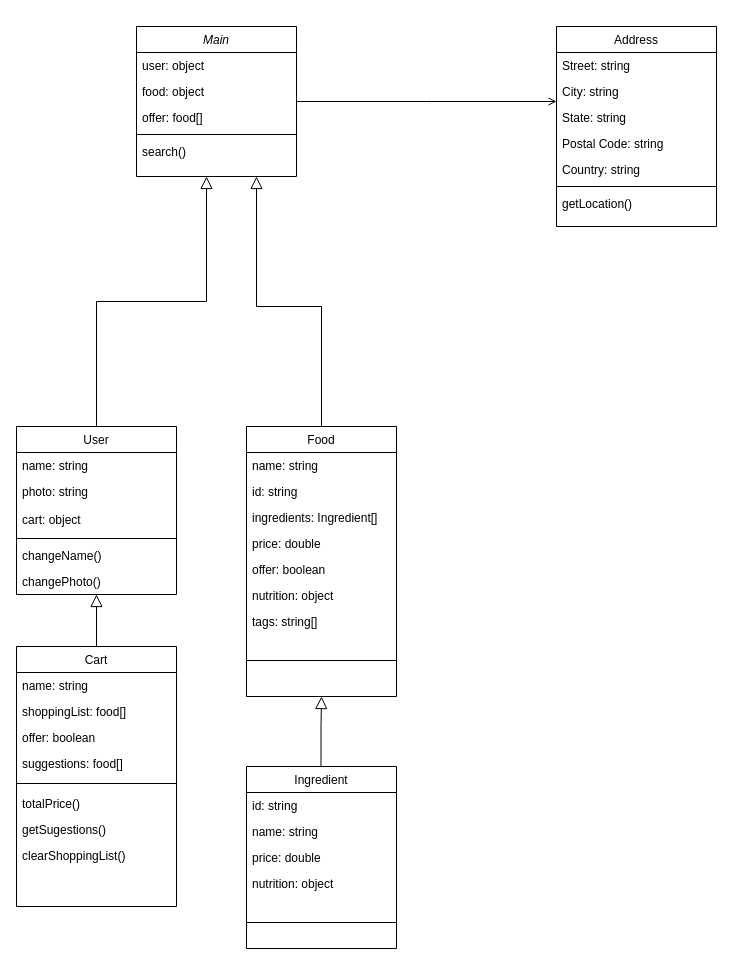
Before: foodee/foodeeUML.drawio in TrezzeIohan/Foodee, a draw.io diagram. Source tidied: cells renumbered, new cells numbered last; positions are measured from the earlier drawing's top-left corner, leaving out a move shared by most shapes. Both pictures are drawn from the tidied source at 100%, with x=0, y=0 at pixel (16, -6).
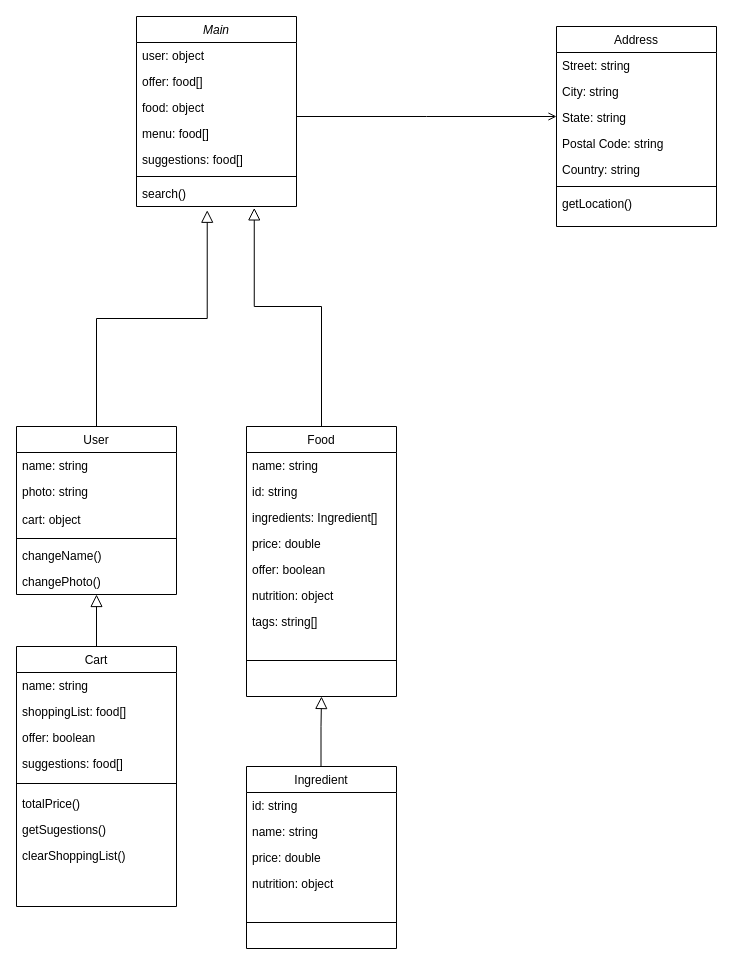
The same page after the edit.

Commit message (it also covers changes not shown here):
Implementing the classes according to the UML made

The change refers to these unchanged cells:
```xml
<mxCell id="8" value="User" style="swimlane;fontStyle=0;align=center;verticalAlign=top;horizontal=1;startSize=26;rounded=0;shadow=0;strokeWidth=1;labelBackgroundColor=none;" parent="1" vertex="1">
  <mxGeometry y="432" width="160" height="168" as="geometry" />
</mxCell>
<mxCell id="16" value="Food" style="swimlane;fontStyle=0;align=center;verticalAlign=top;horizontal=1;startSize=26;rounded=0;shadow=0;strokeWidth=1;labelBackgroundColor=none;" parent="1" vertex="1">
  <mxGeometry x="230" y="432" width="150" height="270" as="geometry" />
</mxCell>
```

Change to the diagram source:
```diff
@@
     <mxCell id="2" value="Main" style="swimlane;fontStyle=2;align=center;verticalAlign=top;horizontal=1;startSize=26;rounded=0;shadow=0;strokeWidth=1;labelBackgroundColor=none;" parent="1" vertex="1">
-      <mxGeometry x="120" y="32" width="160" height="150" as="geometry" />
+      <mxGeometry x="120" y="22" width="160" height="190" as="geometry" />
     </mxCell>
@@
+    <mxCell id="5" value="offer: food[]" style="text;align=left;verticalAlign=top;spacingLeft=4;spacingRight=4;overflow=hidden;rounded=0;shadow=0;html=0;labelBackgroundColor=none;" parent="2" vertex="1">
+      <mxGeometry y="52" width="160" height="26" as="geometry" />
+    </mxCell>
     <mxCell id="4" value="food: object" style="text;align=left;verticalAlign=top;spacingLeft=4;spacingRight=4;overflow=hidden;rounded=0;shadow=0;html=0;labelBackgroundColor=none;" parent="2" vertex="1">
-      <mxGeometry y="52" width="160" height="26" as="geometry" />
+      <mxGeometry y="78" width="160" height="26" as="geometry" />
     </mxCell>
-    <mxCell id="5" value="offer: food[]" style="text;align=left;verticalAlign=top;spacingLeft=4;spacingRight=4;overflow=hidden;rounded=0;shadow=0;html=0;labelBackgroundColor=none;" parent="2" vertex="1">
-      <mxGeometry y="78" width="160" height="26" as="geometry" />
-    </mxCell>
+    <mxCell id="52" value="menu: food[]" style="text;align=left;verticalAlign=top;spacingLeft=4;spacingRight=4;overflow=hidden;rounded=0;shadow=0;html=0;labelBackgroundColor=none;" parent="2" vertex="1">
+      <mxGeometry y="104" width="160" height="26" as="geometry" />
+    </mxCell>
+    <mxCell id="53" value="suggestions: food[]" style="text;align=left;verticalAlign=top;spacingLeft=4;spacingRight=4;overflow=hidden;rounded=0;shadow=0;html=0;labelBackgroundColor=none;" parent="2" vertex="1">
+      <mxGeometry y="130" width="160" height="26" as="geometry" />
+    </mxCell>
     <mxCell id="6" style="line;html=1;strokeWidth=1;align=left;verticalAlign=middle;spacingTop=-1;spacingLeft=3;spacingRight=3;labelPosition=right;labelBackgroundColor=none;" parent="2" vertex="1">
-      <mxGeometry y="104" width="160" height="8" as="geometry" />
+      <mxGeometry y="156" width="160" height="8" as="geometry" />
     </mxCell>
     <mxCell id="7" value="search()" style="text;align=left;verticalAlign=top;spacingLeft=4;spacingRight=4;overflow=hidden;points=[[0,0.5],[1,0.5]];portConstraint=eastwest;labelBackgroundColor=none;" parent="2" vertex="1">
-      <mxGeometry y="112" width="160" height="26" as="geometry" />
+      <mxGeometry y="164" width="160" height="26" as="geometry" />
     </mxCell>
@@
-    <mxCell id="15" style="endArrow=block;endSize=10;endFill=0;shadow=0;strokeWidth=1;rounded=0;edgeStyle=elbowEdgeStyle;elbow=vertical;labelBackgroundColor=none;fontColor=default;exitX=0.5;exitY=0;exitDx=0;exitDy=0;" parent="1" edge="1" source="8">
-      <mxGeometry relative="1" as="geometry">
-        <mxPoint x="190" y="182" as="targetPoint" />
-      </mxGeometry>
+    <mxCell id="15" style="endArrow=block;endSize=10;endFill=0;shadow=0;strokeWidth=1;rounded=0;edgeStyle=elbowEdgeStyle;elbow=vertical;labelBackgroundColor=none;fontColor=default;exitX=0.5;exitY=0;exitDx=0;exitDy=0;entryX=0.442;entryY=1.145;entryDx=0;entryDy=0;entryPerimeter=0;" parent="1" edge="1" source="8" target="7">
+      <mxGeometry relative="1" as="geometry" />
     </mxCell>
@@
-    <mxCell id="51" style="endArrow=block;endSize=10;endFill=0;shadow=0;strokeWidth=1;rounded=0;edgeStyle=elbowEdgeStyle;elbow=vertical;labelBackgroundColor=none;fontColor=default;exitX=0.5;exitY=0;exitDx=0;exitDy=0;" parent="1" edge="1" source="16">
+    <mxCell id="51" style="endArrow=block;endSize=10;endFill=0;shadow=0;strokeWidth=1;rounded=0;edgeStyle=elbowEdgeStyle;elbow=vertical;labelBackgroundColor=none;fontColor=default;exitX=0.5;exitY=0;exitDx=0;exitDy=0;entryX=0.736;entryY=1.054;entryDx=0;entryDy=0;entryPerimeter=0;" parent="1" edge="1" source="16" target="7">
       <mxGeometry relative="1" as="geometry">
-        <mxPoint x="240" y="182" as="targetPoint" />
         <Array as="points">
           <mxPoint x="250" y="312" />
           <mxPoint x="764.6" />
         </Array>
       </mxGeometry>
     </mxCell>
```
